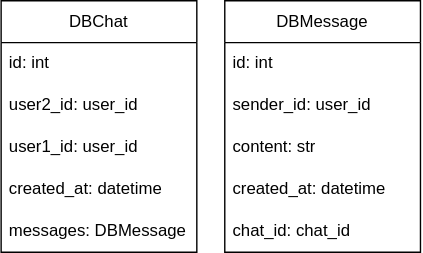
This is database.svg from twonumberfortyfives/fast-api-web-sockets, a draw.io export, as it was before one commit. Source tidied: cells renumbered, new cells last; positions are measured from the earlier drawing's top-left corner, leaving out a move shared by most shapes.
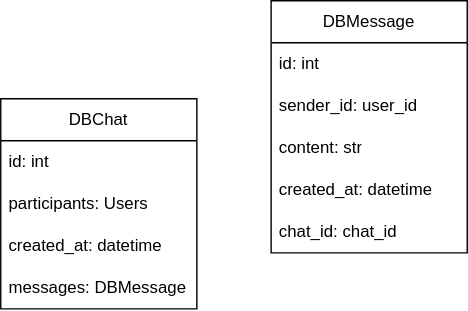
Above is the later version.

Change to the diagram source:
```diff
@@ -3,25 +3,22 @@
     <mxCell id="0" />
     <mxCell id="1" parent="0" />
     <mxCell id="2" value="DBChat" style="swimlane;fontStyle=0;horizontal=1;startSize=30;whiteSpace=wrap;html=1;" parent="1" vertex="1">
-      <mxGeometry width="140" height="180" as="geometry" />
+      <mxGeometry width="140" height="150" as="geometry" />
     </mxCell>
     <mxCell id="3" value="id: int" style="text;strokeColor=none;fillColor=none;align=left;verticalAlign=middle;spacingLeft=4;spacingRight=4;overflow=hidden;whiteSpace=wrap;html=1;" parent="2" vertex="1">
       <mxGeometry y="30" width="140" height="30" as="geometry" />
     </mxCell>
-    <mxCell id="4" value="user2_id: user_id" style="text;strokeColor=none;fillColor=none;align=left;verticalAlign=middle;spacingLeft=4;spacingRight=4;overflow=hidden;whiteSpace=wrap;html=1;" parent="2" vertex="1">
-      <mxGeometry y="60" width="140" height="30" as="geometry" />
-    </mxCell>
-    <mxCell id="5" value="user1_id: user_id" style="text;strokeColor=none;fillColor=none;align=left;verticalAlign=middle;spacingLeft=4;spacingRight=4;overflow=hidden;whiteSpace=wrap;html=1;" parent="2" vertex="1">
-      <mxGeometry y="90" width="140" height="30" as="geometry" />
+    <mxCell id="5" value="participants: Users" style="text;strokeColor=none;fillColor=none;align=left;verticalAlign=middle;spacingLeft=4;spacingRight=4;overflow=hidden;whiteSpace=wrap;html=1;" parent="2" vertex="1">
+      <mxGeometry y="60" width="140" height="30" as="geometry" />
     </mxCell>
     <mxCell id="6" value="created_at: datetime" style="text;strokeColor=none;fillColor=none;align=left;verticalAlign=middle;spacingLeft=4;spacingRight=4;overflow=hidden;whiteSpace=wrap;html=1;" parent="2" vertex="1">
-      <mxGeometry y="120" width="140" height="30" as="geometry" />
+      <mxGeometry y="90" width="140" height="30" as="geometry" />
     </mxCell>
     <mxCell id="7" value="messages: DBMessage" style="text;strokeColor=none;fillColor=none;align=left;verticalAlign=middle;spacingLeft=4;spacingRight=4;overflow=hidden;whiteSpace=wrap;html=1;" parent="2" vertex="1">
-      <mxGeometry y="150" width="140" height="30" as="geometry" />
+      <mxGeometry y="120" width="140" height="30" as="geometry" />
     </mxCell>
     <mxCell id="8" value="DBMessage" style="swimlane;fontStyle=0;horizontal=1;startSize=30;whiteSpace=wrap;html=1;" parent="1" vertex="1">
-      <mxGeometry x="160" width="140" height="180" as="geometry" />
+      <mxGeometry x="193" y="-70" width="140" height="180" as="geometry" />
     </mxCell>
     <mxCell id="9" value="id: int" style="text;strokeColor=none;fillColor=none;align=left;verticalAlign=middle;spacingLeft=4;spacingRight=4;overflow=hidden;whiteSpace=wrap;html=1;" parent="8" vertex="1">
       <mxGeometry y="30" width="140" height="30" as="geometry" />
```
